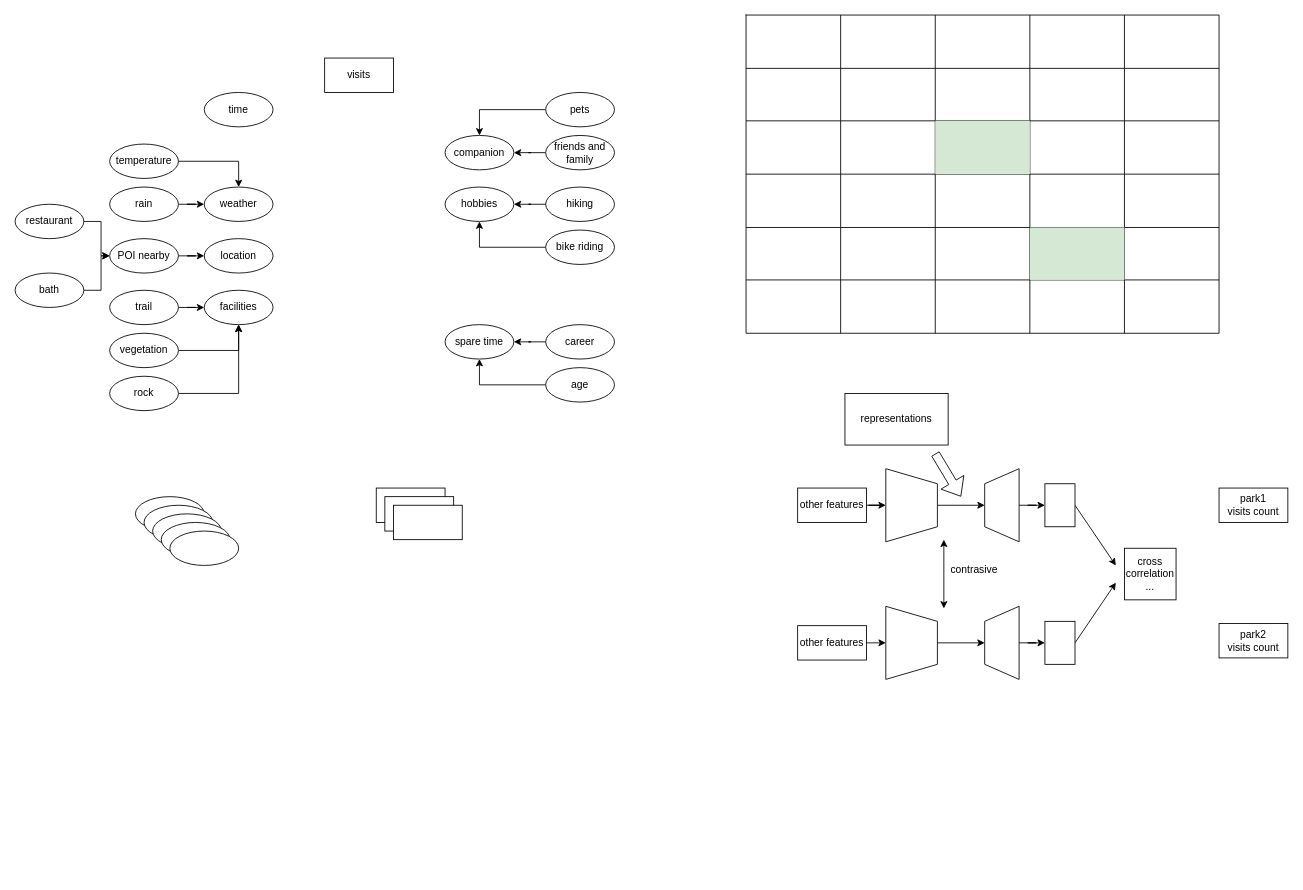
Earlier version of the draw.io diagram ra.drawio (CaptainCCCP/Draw-io-cloud). Source tidied: cells renumbered, new cells numbered last; positions are measured from the earlier drawing's top-left corner, leaving out a move shared by most shapes. Both pictures are drawn from the tidied source at 86%, with x=0, y=0 at pixel (15, 15).
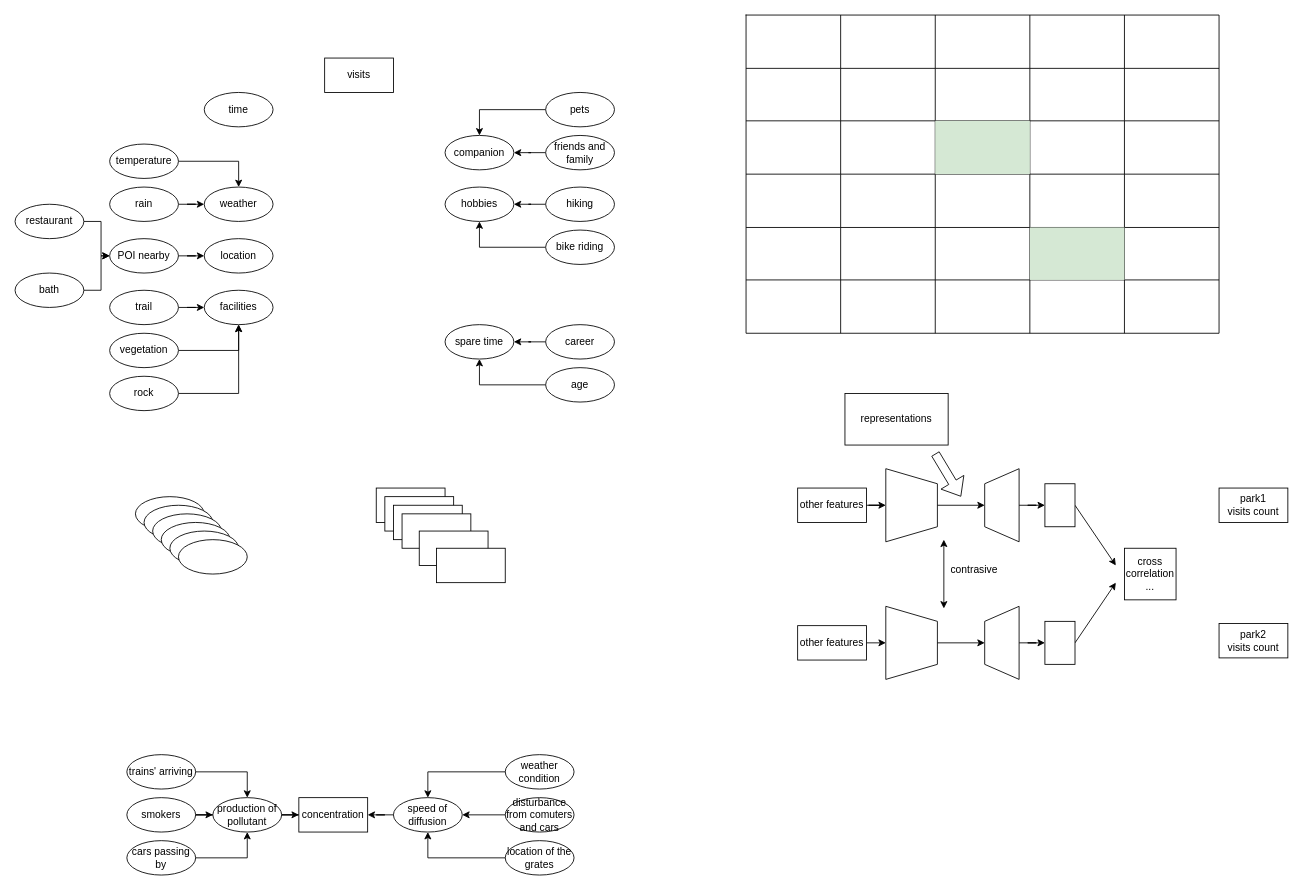
The same diagram, later.

Diff of the diagram source:
```diff
@@
+    <mxCell id="106" style="ellipse;whiteSpace=wrap;html=1;" parent="1" vertex="1">
+      <mxGeometry x="190" y="610" width="80" height="40" as="geometry" />
+    </mxCell>
+    <mxCell id="107" style="edgeStyle=orthogonalEdgeStyle;rounded=0;jettySize=auto;html=1;" parent="1" edge="1" source="108" target="113">
+      <mxGeometry relative="1" as="geometry" />
+    </mxCell>
+    <mxCell id="108" value="trains' arriving" style="ellipse;whiteSpace=wrap;html=1;" parent="1" vertex="1">
+      <mxGeometry x="130" y="860" width="80" height="40" as="geometry" />
+    </mxCell>
+    <mxCell id="109" style="rounded=0;whiteSpace=wrap;html=1;" parent="1" vertex="1">
+      <mxGeometry x="450" y="580" width="80" height="40" as="geometry" />
+    </mxCell>
+    <mxCell id="110" style="rounded=0;whiteSpace=wrap;html=1;" parent="1" vertex="1">
+      <mxGeometry x="470" y="600" width="80" height="40" as="geometry" />
+    </mxCell>
+    <mxCell id="111" style="rounded=0;whiteSpace=wrap;html=1;" parent="1" vertex="1">
+      <mxGeometry x="490" y="620" width="80" height="40" as="geometry" />
+    </mxCell>
+    <mxCell id="112" style="edgeStyle=orthogonalEdgeStyle;rounded=0;jettySize=auto;html=1;" parent="1" edge="1" source="113" target="118">
+      <mxGeometry relative="1" as="geometry" />
+    </mxCell>
+    <mxCell id="113" value="production of pollutant" style="ellipse;whiteSpace=wrap;html=1;" parent="1" vertex="1">
+      <mxGeometry x="230" y="910" width="80" height="40" as="geometry" />
+    </mxCell>
+    <mxCell id="114" style="edgeStyle=orthogonalEdgeStyle;rounded=0;jettySize=auto;html=1;" parent="1" edge="1" source="115" target="122">
+      <mxGeometry relative="1" as="geometry" />
+    </mxCell>
+    <mxCell id="115" value="location of the grates" style="ellipse;whiteSpace=wrap;html=1;" parent="1" vertex="1">
+      <mxGeometry x="570" y="960" width="80" height="40" as="geometry" />
+    </mxCell>
+    <mxCell id="116" style="edgeStyle=orthogonalEdgeStyle;rounded=0;jettySize=auto;html=1;" parent="1" edge="1" source="117" target="122">
+      <mxGeometry relative="1" as="geometry" />
+    </mxCell>
+    <mxCell id="117" value="weather condition" style="ellipse;whiteSpace=wrap;html=1;" parent="1" vertex="1">
+      <mxGeometry x="570" y="860" width="80" height="40" as="geometry" />
+    </mxCell>
+    <mxCell id="118" value="concentration" style="rounded=0;whiteSpace=wrap;html=1;" parent="1" vertex="1">
+      <mxGeometry x="330" y="910" width="80" height="40" as="geometry" />
+    </mxCell>
+    <mxCell id="119" style="edgeStyle=orthogonalEdgeStyle;rounded=0;jettySize=auto;html=1;" parent="1" edge="1" source="120" target="122">
+      <mxGeometry relative="1" as="geometry" />
+    </mxCell>
+    <mxCell id="120" value="disturbance from comuters and cars" style="ellipse;whiteSpace=wrap;html=1;" parent="1" vertex="1">
+      <mxGeometry x="570" y="910" width="80" height="40" as="geometry" />
+    </mxCell>
+    <mxCell id="121" style="edgeStyle=orthogonalEdgeStyle;rounded=0;jettySize=auto;html=1;" parent="1" edge="1" source="122" target="118">
+      <mxGeometry relative="1" as="geometry" />
+    </mxCell>
+    <mxCell id="122" value="speed of diffusion" style="ellipse;whiteSpace=wrap;html=1;" parent="1" vertex="1">
+      <mxGeometry x="440" y="910" width="80" height="40" as="geometry" />
+    </mxCell>
+    <mxCell id="123" style="edgeStyle=orthogonalEdgeStyle;rounded=0;jettySize=auto;html=1;" parent="1" edge="1" source="124" target="113">
+      <mxGeometry relative="1" as="geometry" />
+    </mxCell>
+    <mxCell id="124" value="smokers" style="ellipse;whiteSpace=wrap;html=1;" parent="1" vertex="1">
+      <mxGeometry x="130" y="910" width="80" height="40" as="geometry" />
+    </mxCell>
+    <mxCell id="125" style="edgeStyle=orthogonalEdgeStyle;rounded=0;jettySize=auto;html=1;" parent="1" edge="1" source="126" target="113">
+      <mxGeometry relative="1" as="geometry" />
+    </mxCell>
+    <mxCell id="126" value="cars passing by" style="ellipse;whiteSpace=wrap;html=1;" parent="1" vertex="1">
+      <mxGeometry x="130" y="960" width="80" height="40" as="geometry" />
+    </mxCell>
```
